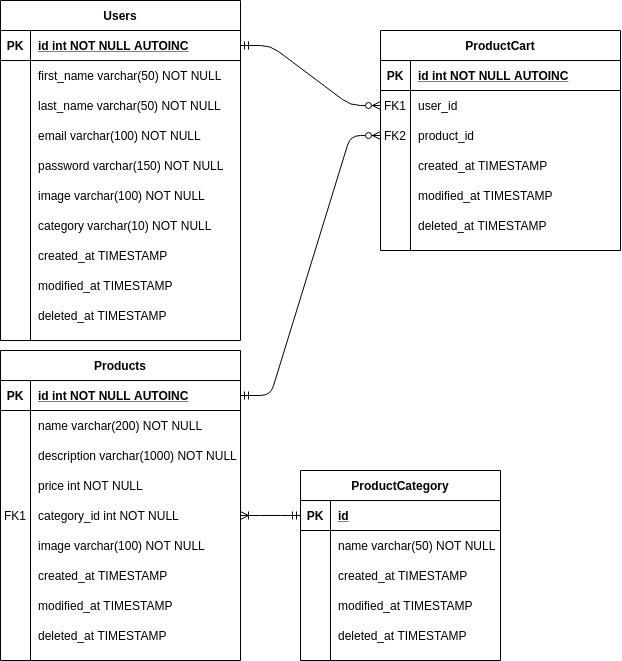
The draw.io diagram ERD.png in eliezerbaschkier/grupo_3_Sportland, before a commit. Source tidied: cells renumbered, new cells last; positions are measured from the earlier drawing's top-left corner, leaving out a move shared by most shapes.
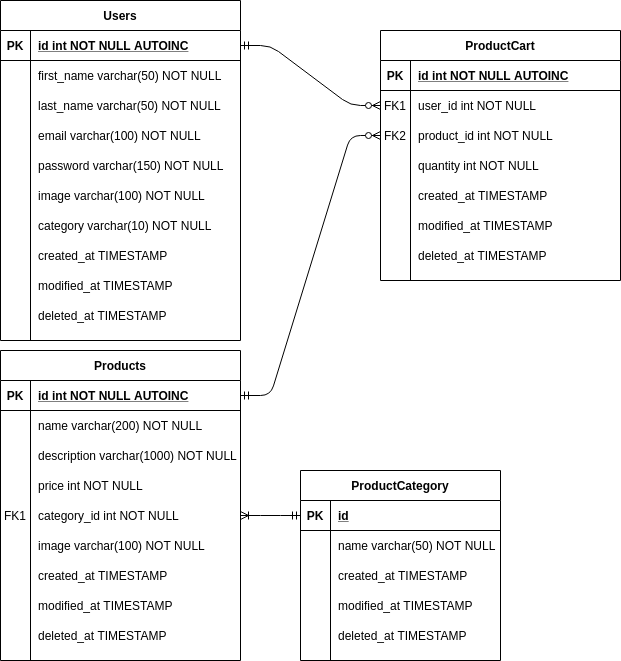
The same file after the commit.

Commit message:
Added quantity column in productCart table

What changed in the source:
```diff
@@ -1,4 +1,4 @@
-<mxGraphModel background="#FFFFFF">
+<mxGraphModel>
   <root>
     <mxCell id="0" />
     <mxCell id="1" parent="0" />
@@ -231,7 +231,7 @@
       <mxGeometry relative="1" as="geometry" />
     </mxCell>
     <mxCell id="78" value="ProductCart" style="shape=table;startSize=30;rowLines=0;fontStyle=1;align=center;" parent="1" vertex="1">
-      <mxGeometry x="380" y="30" width="240" height="220" as="geometry" />
+      <mxGeometry x="380" y="30" width="240" height="250" as="geometry" />
     </mxCell>
     <mxCell id="79" style="shape=partialRectangle;fillColor=none;top=0;left=0;bottom=1;right=0;" parent="78" vertex="1">
       <mxGeometry y="30" width="240" height="30" as="geometry" />
@@ -248,7 +248,7 @@
     <mxCell id="83" value="FK1" style="shape=partialRectangle;fillColor=none;top=0;left=0;bottom=0;right=0;fontStyle=0;overflow=hidden;" parent="82" vertex="1">
       <mxGeometry width="30" height="30" as="geometry" />
     </mxCell>
-    <mxCell id="84" value="user_id" style="shape=partialRectangle;fillColor=none;top=0;left=0;bottom=0;right=0;align=left;spacingLeft=6;fontStyle=0;overflow=hidden;" parent="82" vertex="1">
+    <mxCell id="84" value="user_id int NOT NULL" style="shape=partialRectangle;fillColor=none;top=0;left=0;bottom=0;right=0;align=left;spacingLeft=6;fontStyle=0;overflow=hidden;" parent="82" vertex="1">
       <mxGeometry x="30" width="210" height="30" as="geometry" />
     </mxCell>
     <mxCell id="85" style="shape=partialRectangle;fillColor=none;top=0;left=0;bottom=0;right=0;points=[[0,0.5],[1,0.5]];portConstraint=eastwest;" parent="78" vertex="1">
@@ -257,11 +257,20 @@
     <mxCell id="86" value="FK2" style="shape=partialRectangle;fillColor=none;top=0;left=0;bottom=0;right=0;fontStyle=0;overflow=hidden;" parent="85" vertex="1">
       <mxGeometry width="30" height="30" as="geometry" />
     </mxCell>
-    <mxCell id="87" value="product_id" style="shape=partialRectangle;fillColor=none;top=0;left=0;bottom=0;right=0;align=left;spacingLeft=6;fontStyle=0;overflow=hidden;" parent="85" vertex="1">
+    <mxCell id="87" value="product_id int NOT NULL" style="shape=partialRectangle;fillColor=none;top=0;left=0;bottom=0;right=0;align=left;spacingLeft=6;fontStyle=0;overflow=hidden;" parent="85" vertex="1">
       <mxGeometry x="30" width="210" height="30" as="geometry" />
     </mxCell>
+    <mxCell id="99" style="shape=partialRectangle;fillColor=none;top=0;left=0;bottom=0;right=0;" parent="78" vertex="1">
+      <mxGeometry y="120" width="240" height="30" as="geometry" />
+    </mxCell>
+    <mxCell id="100" style="shape=partialRectangle;fillColor=none;top=0;left=0;bottom=0;right=0;overflow=hidden;" parent="99" vertex="1">
+      <mxGeometry width="30" height="30" as="geometry" />
+    </mxCell>
+    <mxCell id="101" value="quantity int NOT NULL" style="shape=partialRectangle;fillColor=none;top=0;left=0;bottom=0;right=0;align=left;spacingLeft=6;overflow=hidden;" parent="99" vertex="1">
+      <mxGeometry x="30" width="210" height="30" as="geometry" />
+    </mxCell>
     <mxCell id="88" style="shape=partialRectangle;fillColor=none;top=0;left=0;bottom=0;right=0;" parent="78" vertex="1">
-      <mxGeometry y="120" width="240" height="30" as="geometry" />
+      <mxGeometry y="150" width="240" height="30" as="geometry" />
     </mxCell>
     <mxCell id="89" style="shape=partialRectangle;fillColor=none;top=0;left=0;bottom=0;right=0;overflow=hidden;" parent="88" vertex="1">
       <mxGeometry width="30" height="30" as="geometry" />
@@ -270,7 +279,7 @@
       <mxGeometry x="30" width="210" height="30" as="geometry" />
     </mxCell>
     <mxCell id="91" style="shape=partialRectangle;fillColor=none;top=0;left=0;bottom=0;right=0;" parent="78" vertex="1">
-      <mxGeometry y="150" width="240" height="30" as="geometry" />
+      <mxGeometry y="180" width="240" height="30" as="geometry" />
     </mxCell>
     <mxCell id="92" style="shape=partialRectangle;fillColor=none;top=0;left=0;bottom=0;right=0;overflow=hidden;" parent="91" vertex="1">
       <mxGeometry width="30" height="30" as="geometry" />
@@ -279,7 +288,7 @@
       <mxGeometry x="30" width="210" height="30" as="geometry" />
     </mxCell>
     <mxCell id="94" style="shape=partialRectangle;fillColor=none;top=0;left=0;bottom=0;right=0;" parent="78" vertex="1">
-      <mxGeometry y="180" width="240" height="30" as="geometry" />
+      <mxGeometry y="210" width="240" height="30" as="geometry" />
     </mxCell>
     <mxCell id="95" style="shape=partialRectangle;fillColor=none;top=0;left=0;bottom=0;right=0;overflow=hidden;" parent="94" vertex="1">
       <mxGeometry width="30" height="30" as="geometry" />
```
